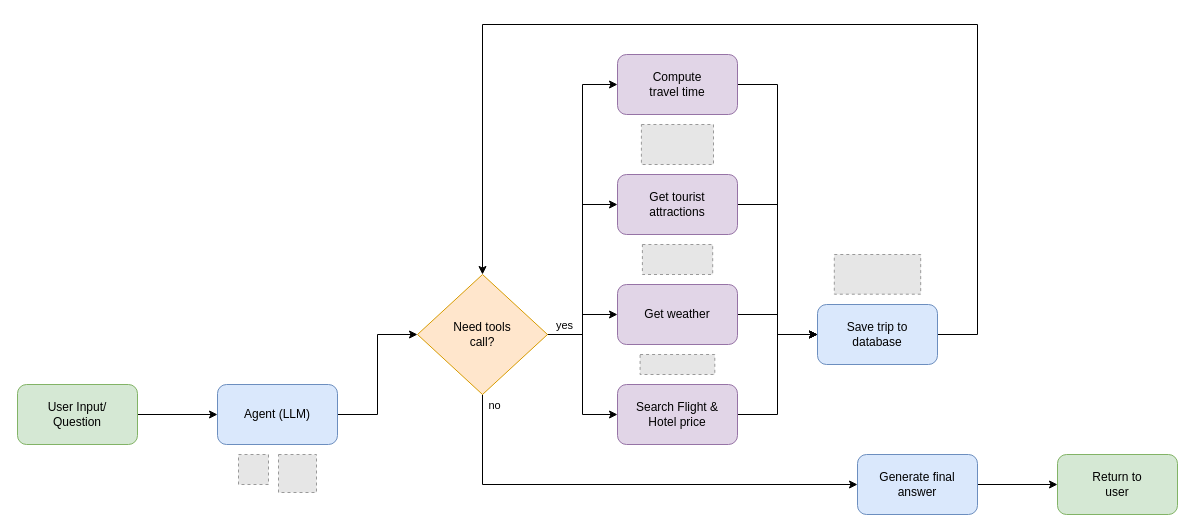
tonkaew131/let-traveling keeps this draw.io diagram as apps/docs/diagrams/Agent architecture.drawio. Above is the earlier version. Source tidied: cells renumbered, new cells numbered last; positions are measured from the earlier drawing's top-left corner, leaving out a move shared by most shapes. Both pictures are drawn from the tidied source at 100%, with x=0, y=0 at pixel (17, 24). Pictures stored in the file or linked from it are replaced by grey dashed boxes.
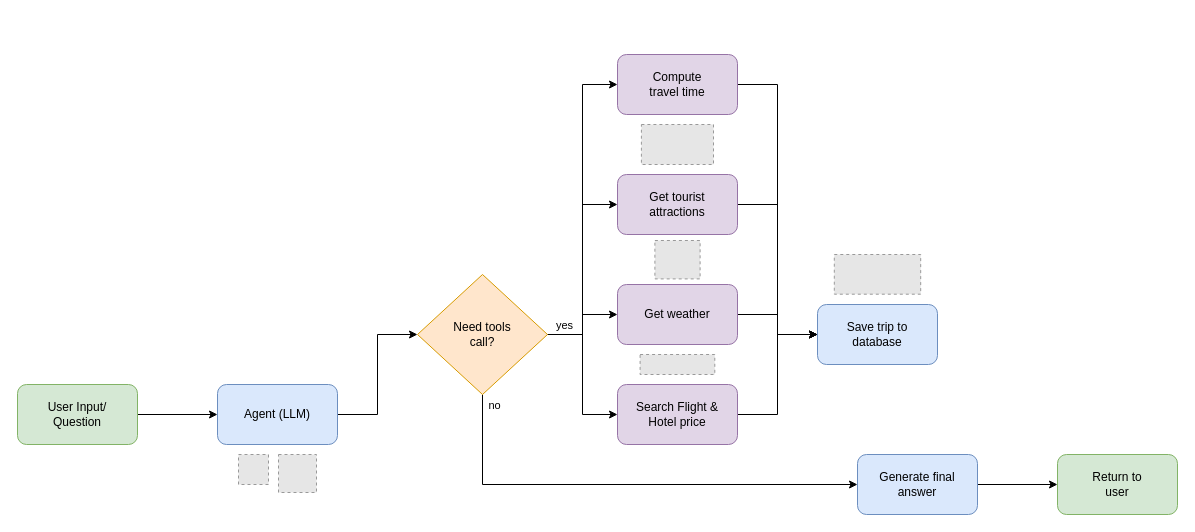
After the change.

The change refers to these unchanged cells:
```xml
<mxCell id="14" value="&lt;div&gt;Need tools&lt;/div&gt;&lt;div&gt;call?&lt;/div&gt;" style="rhombus;whiteSpace=wrap;html=1;fillColor=#ffe6cc;strokeColor=#d79b00;fontFamily=Google Sans;" parent="1" vertex="1">
  <mxGeometry x="400" y="250" width="130" height="120" as="geometry" />
</mxCell>
<mxCell id="24" value="&lt;div&gt;Save trip to&lt;/div&gt;&lt;div&gt;database&lt;/div&gt;" style="rounded=1;whiteSpace=wrap;html=1;fillColor=#dae8fc;strokeColor=#6c8ebf;fontFamily=Google Sans;" parent="1" vertex="1">
  <mxGeometry x="800" y="280" width="120" height="60" as="geometry" />
</mxCell>
```

What changed in the source:
```diff
@@
-    <mxCell id="23" style="edgeStyle=orthogonalEdgeStyle;rounded=0;jettySize=auto;html=1;" parent="1" edge="1" source="24" target="14">
-      <mxGeometry relative="1" as="geometry">
-        <Array as="points">
-          <mxPoint x="960" y="310" />
-          <mxPoint x="960" />
-          <mxPoint x="465" />
-        </Array>
-      </mxGeometry>
-    </mxCell>
@@
-    <mxCell id="27" style="fillColor=#E6E6E6;strokeColor=#999999;dashed=1;verticalLabelPosition=bottom;labelBackgroundColor=default;verticalAlign=top;" parent="1" vertex="1">
-      <mxGeometry x="624.9" y="220" width="70.3" height="30" as="geometry" />
-    </mxCell>
@@
+    <mxCell id="34" style="fillColor=#E6E6E6;strokeColor=#999999;dashed=1;verticalLabelPosition=bottom;labelBackgroundColor=default;verticalAlign=top;" parent="1" vertex="1">
+      <mxGeometry x="637.4" y="216" width="45.2" height="38.4" as="geometry" />
+    </mxCell>
```
